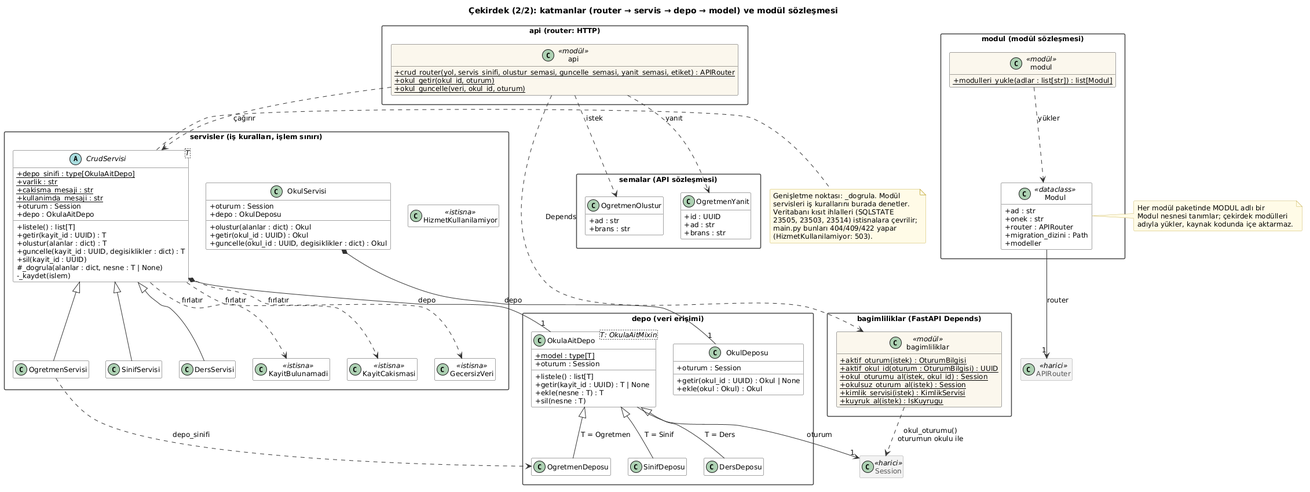
This is docs/diyagramlar/cikti/03-cekirdek-katmanlar.png from yusuf-aycicek/cizelge, a PlantUML export, as it was before one commit.
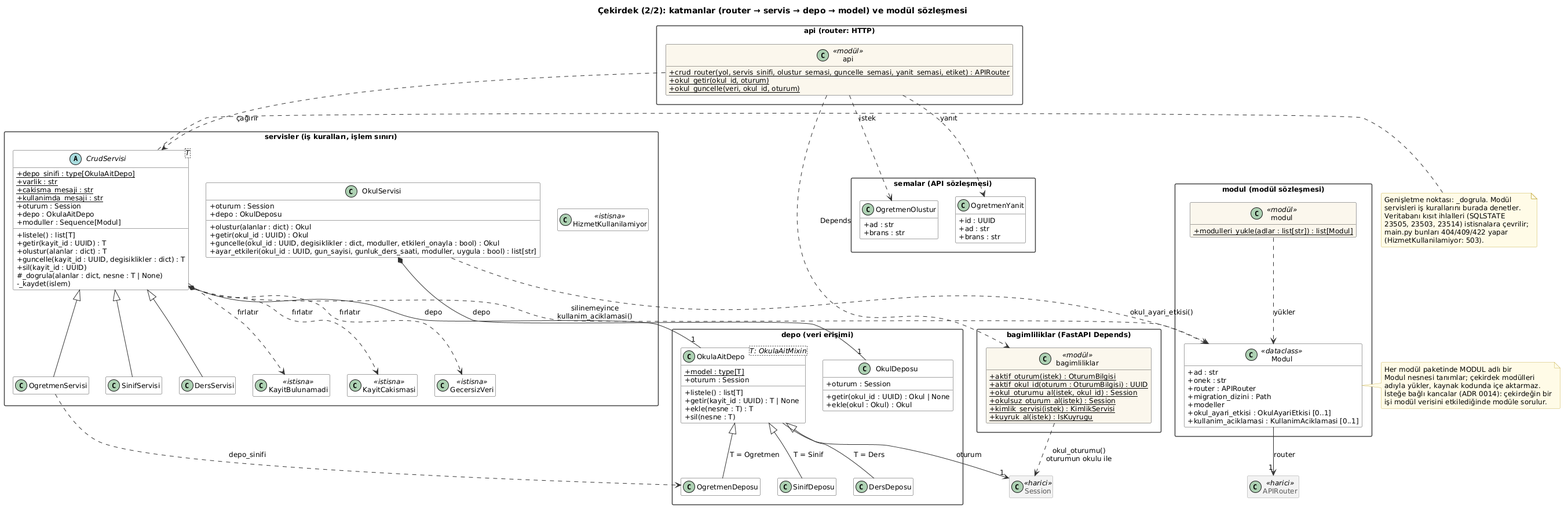
After the commit.

Diff of the diagram source:
```diff
@@ -49,6 +49,7 @@
     +getir(kayit_id : UUID) : T
     +olustur(alanlar : dict) : T
     +guncelle(kayit_id : UUID, degisiklikler : dict) : T
+    +moduller : Sequence[Modul]
     +sil(kayit_id : UUID)
     #_dogrula(alanlar : dict, nesne : T | None)
     -_kaydet(islem)
@@ -61,7 +62,8 @@
     +depo : OkulDeposu
     +olustur(alanlar : dict) : Okul
     +getir(okul_id : UUID) : Okul
-    +guncelle(okul_id : UUID, degisiklikler : dict) : Okul
+    +guncelle(okul_id : UUID, degisiklikler : dict, moduller, etkileri_onayla : bool) : Okul
+    +ayar_etkileri(okul_id : UUID, gun_sayisi, gunluk_ders_saati, moduller, uygula : bool) : list[str]
   }
   class KayitBulunamadi <<istisna>>
   class KayitCakismasi <<istisna>>
@@ -95,6 +97,8 @@
     +router : APIRouter
     +migration_dizini : Path
     +modeller
+    +okul_ayari_etkisi : OkulAyariEtkisi [0..1]
+    +kullanim_aciklamasi : KullanimAciklamasi [0..1]
   }
   class modul <<modül>> {
     {static} +modulleri_yukle(adlar : list[str]) : list[Modul]
@@ -133,9 +137,14 @@
   (HizmetKullanilamiyor: 503).
 end note
 
+CrudServisi ..> Modul : silinemeyince\nkullanim_aciklamasi()
+OkulServisi ..> Modul : okul_ayari_etkisi()
+
 note right of Modul
   Her modül paketinde MODUL adlı bir
   Modul nesnesi tanımlar; çekirdek modülleri
   adıyla yükler, kaynak kodunda içe aktarmaz.
+  İsteğe bağlı kancalar (ADR 0014): çekirdeğin bir
+  işi modül verisini etkilediğinde modüle sorulur.
 end note
 @enduml
```
